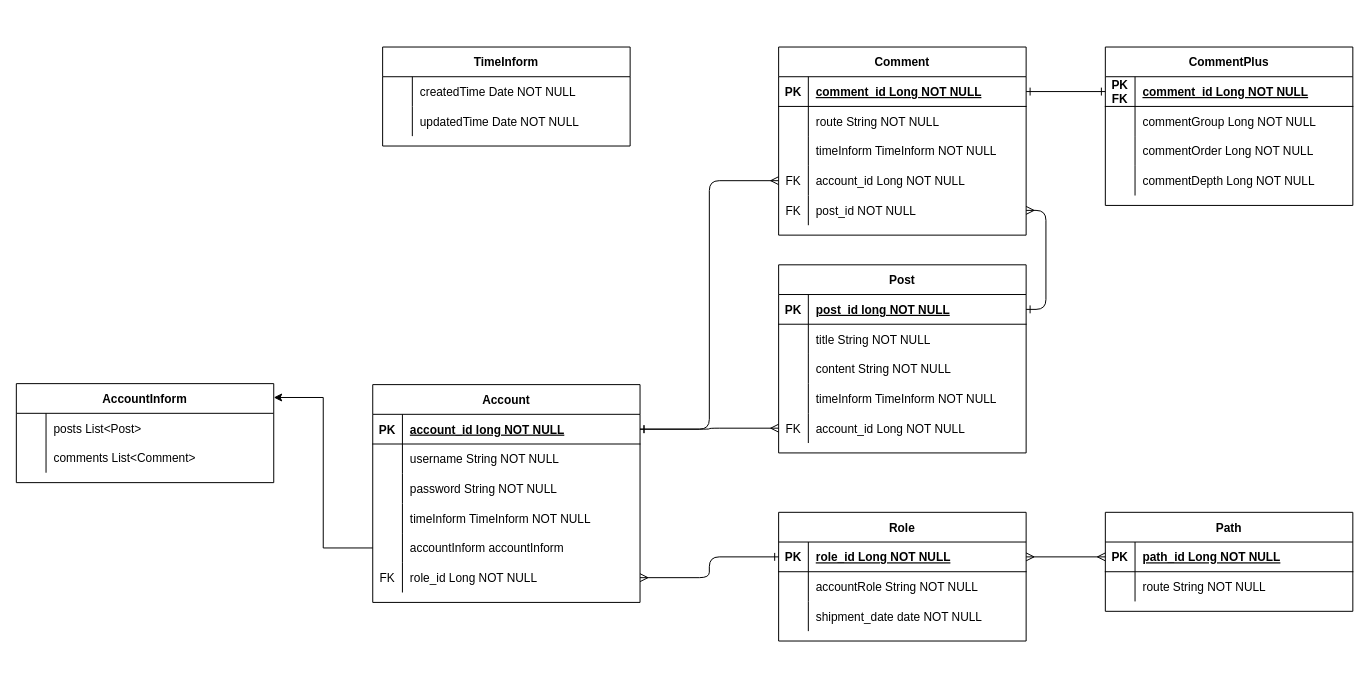
This is images/drawio/BoardAuthority.drawio from INGPlay/SpringBoardAuthority, a draw.io file, before an edit. Source tidied: cells renumbered, new cells numbered last; positions are measured from the earlier drawing's top-left corner, leaving out a move shared by most shapes. Both pictures are drawn from the tidied source at 99%, with x=0, y=0 at pixel (16, 47).
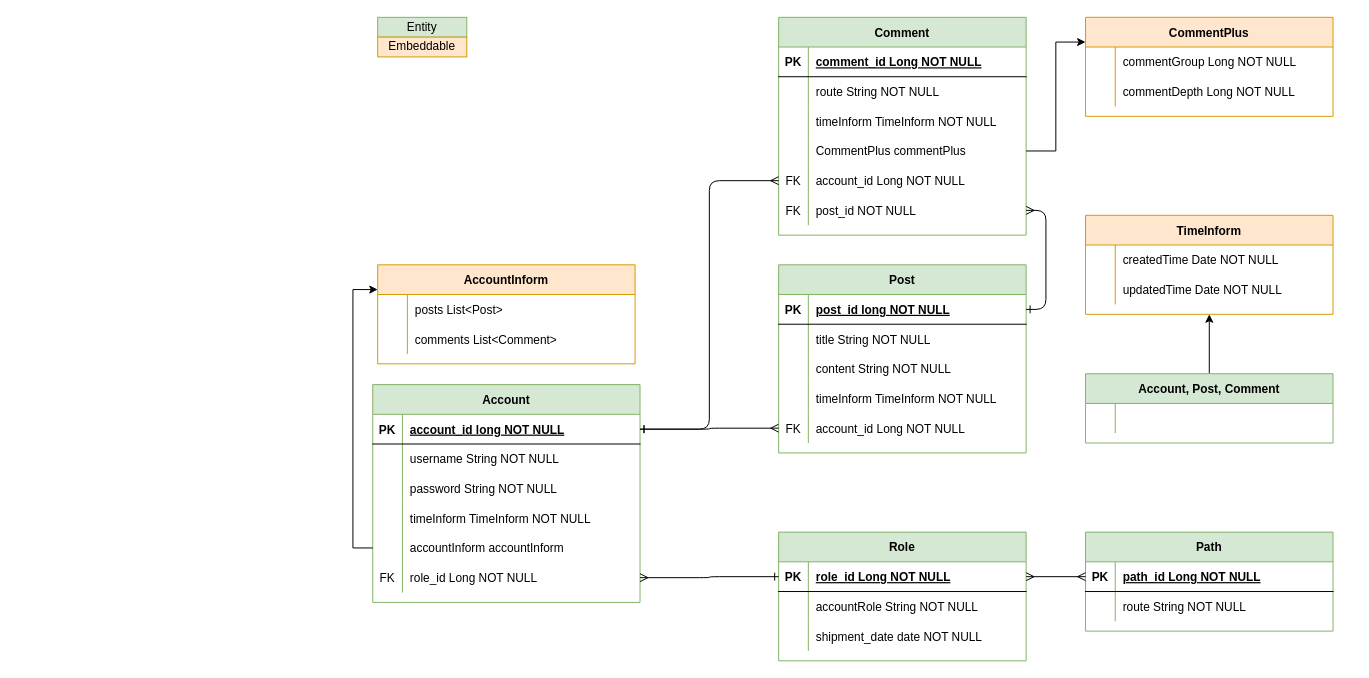
The same page after the edit.

Unchanged cells that the change refers to:
```xml
<mxCell id="32" style="shape=partialRectangle;fillColor=none;points=[[0,0.5],[1,0.5]];portConstraint=eastwest;top=0;left=0;right=0;bottom=0;" parent="19" vertex="1">
  <mxGeometry y="150" width="270" height="30" as="geometry" />
</mxCell>
<mxCell id="73" style="shape=partialRectangle;fillColor=none;points=[[0,0.5],[1,0.5]];portConstraint=eastwest;top=0;left=0;right=0;bottom=1;" parent="72" vertex="1">
  <mxGeometry y="30" width="250" height="30" as="geometry" />
</mxCell>
```

Change to the diagram source:
```diff
@@
-    <mxCell id="2" value="AccountInform" style="shape=table;startSize=30;childLayout=tableLayout;rowLines=0;fontStyle=1;align=center;" parent="1" vertex="1">
-      <mxGeometry y="340" width="260" height="100" as="geometry" />
+    <mxCell id="2" value="AccountInform" style="shape=table;startSize=30;childLayout=tableLayout;rowLines=0;fontStyle=1;align=center;fillColor=#ffe6cc;strokeColor=#d79b00;" parent="1" vertex="1">
+      <mxGeometry x="365" y="220" width="260" height="100" as="geometry" />
     </mxCell>
@@
-    <mxCell id="9" value="Role" style="shape=table;startSize=30;childLayout=tableLayout;rowLines=0;fontStyle=1;align=center;" parent="1" vertex="1">
-      <mxGeometry x="770" y="470" width="250" height="130" as="geometry" />
+    <mxCell id="9" value="Role" style="shape=table;startSize=30;childLayout=tableLayout;rowLines=0;fontStyle=1;align=center;fillColor=#d5e8d4;strokeColor=#82b366;" parent="1" vertex="1">
+      <mxGeometry x="770" y="490" width="250" height="130" as="geometry" />
     </mxCell>
@@
-    <mxCell id="19" value="Account" style="shape=table;startSize=30;childLayout=tableLayout;rowLines=0;fontStyle=1;align=center;" parent="1" vertex="1">
+    <mxCell id="19" value="Account" style="shape=table;startSize=30;childLayout=tableLayout;rowLines=0;fontStyle=1;align=center;fillColor=#d5e8d4;strokeColor=#82b366;" parent="1" vertex="1">
       <mxGeometry x="360" y="341" width="270" height="220" as="geometry" />
     </mxCell>
@@
-    <mxCell id="38" value="TimeInform" style="shape=table;startSize=30;childLayout=tableLayout;rowLines=0;fontStyle=1;align=center;" parent="1" vertex="1">
-      <mxGeometry x="370" width="250" height="100" as="geometry" />
+    <mxCell id="38" value="TimeInform" style="shape=table;startSize=30;childLayout=tableLayout;rowLines=0;fontStyle=1;align=center;fillColor=#ffe6cc;strokeColor=#d79b00;" parent="1" vertex="1">
+      <mxGeometry x="1080" y="170" width="250" height="100" as="geometry" />
     </mxCell>
@@
-    <mxCell id="45" style="edgeStyle=orthogonalEdgeStyle;rounded=0;jettySize=auto;html=1;exitX=0;exitY=0.5;exitDx=0;exitDy=0;entryX=1;entryY=0.14;entryDx=0;entryDy=0;entryPerimeter=0;" parent="1" edge="1" source="32" target="2">
+    <mxCell id="45" style="edgeStyle=orthogonalEdgeStyle;rounded=0;jettySize=auto;html=1;exitX=0;exitY=0.5;exitDx=0;exitDy=0;entryX=0;entryY=0.25;entryDx=0;entryDy=0;" parent="1" edge="1" source="32" target="2">
       <mxGeometry relative="1" as="geometry" />
     </mxCell>
@@
-    <mxCell id="47" value="Path" style="shape=table;startSize=30;childLayout=tableLayout;rowLines=0;fontStyle=1;align=center;" parent="1" vertex="1">
-      <mxGeometry x="1100" y="470" width="250" height="100" as="geometry" />
+    <mxCell id="47" value="Path" style="shape=table;startSize=30;childLayout=tableLayout;rowLines=0;fontStyle=1;align=center;fillColor=#d5e8d4;strokeColor=#82b366;" parent="1" vertex="1">
+      <mxGeometry x="1080" y="490" width="250" height="100" as="geometry" />
     </mxCell>
@@
-    <mxCell id="55" value="Post" style="shape=table;startSize=30;childLayout=tableLayout;rowLines=0;fontStyle=1;align=center;" parent="1" vertex="1">
+    <mxCell id="55" value="Post" style="shape=table;startSize=30;childLayout=tableLayout;rowLines=0;fontStyle=1;align=center;fillColor=#d5e8d4;strokeColor=#82b366;" parent="1" vertex="1">
       <mxGeometry x="770" y="220" width="250" height="190" as="geometry" />
     </mxCell>
@@
-    <mxCell id="72" value="Comment" style="shape=table;startSize=30;childLayout=tableLayout;rowLines=0;fontStyle=1;align=center;" parent="1" vertex="1">
-      <mxGeometry x="770" width="250" height="190" as="geometry" />
+    <mxCell id="72" value="Comment" style="shape=table;startSize=30;childLayout=tableLayout;rowLines=0;fontStyle=1;align=center;fillColor=#d5e8d4;strokeColor=#82b366;" parent="1" vertex="1">
+      <mxGeometry x="770" y="-30" width="250" height="220" as="geometry" />
     </mxCell>
@@
+    <mxCell id="104" style="shape=partialRectangle;fillColor=none;points=[[0,0.5],[1,0.5]];portConstraint=eastwest;top=0;left=0;right=0;bottom=0;" parent="72" vertex="1">
+      <mxGeometry y="120" width="250" height="30" as="geometry" />
+    </mxCell>
+    <mxCell id="105" style="shape=partialRectangle;overflow=hidden;fillColor=none;top=0;left=0;bottom=0;right=0;" parent="104" vertex="1">
+      <mxGeometry width="30" height="30" as="geometry" />
+    </mxCell>
+    <mxCell id="106" value="CommentPlus commentPlus" style="shape=partialRectangle;overflow=hidden;fillColor=none;top=0;left=0;bottom=0;right=0;align=left;spacingLeft=6;" parent="104" vertex="1">
+      <mxGeometry x="30" width="220" height="30" as="geometry" />
+    </mxCell>
     <mxCell id="82" style="shape=partialRectangle;fillColor=none;points=[[0,0.5],[1,0.5]];portConstraint=eastwest;top=0;left=0;right=0;bottom=0;" parent="72" vertex="1">
-      <mxGeometry y="120" width="250" height="30" as="geometry" />
+      <mxGeometry y="150" width="250" height="30" as="geometry" />
     </mxCell>
@@
     <mxCell id="85" style="shape=partialRectangle;fillColor=none;points=[[0,0.5],[1,0.5]];portConstraint=eastwest;top=0;left=0;right=0;bottom=0;" parent="72" vertex="1">
-      <mxGeometry y="150" width="250" height="30" as="geometry" />
+      <mxGeometry y="180" width="250" height="30" as="geometry" />
     </mxCell>
@@
-    <mxCell id="90" value="CommentPlus" style="shape=table;startSize=30;childLayout=tableLayout;rowLines=0;fontStyle=1;align=center;" parent="1" vertex="1">
-      <mxGeometry x="1100" width="250" height="160" as="geometry" />
+    <mxCell id="90" value="CommentPlus" style="shape=table;startSize=30;childLayout=tableLayout;rowLines=0;fontStyle=1;align=center;fillColor=#ffe6cc;strokeColor=#d79b00;" parent="1" vertex="1">
+      <mxGeometry x="1080" y="-30" width="250" height="100" as="geometry" />
     </mxCell>
-    <mxCell id="91" style="shape=partialRectangle;fillColor=none;points=[[0,0.5],[1,0.5]];portConstraint=eastwest;top=0;left=0;right=0;bottom=1;" parent="90" vertex="1">
-      <mxGeometry y="30" width="250" height="30" as="geometry" />
-    </mxCell>
-    <mxCell id="92" value="PK&#10;FK" style="shape=partialRectangle;overflow=hidden;fillColor=none;top=0;left=0;bottom=0;right=0;fontStyle=1;" parent="91" vertex="1">
-      <mxGeometry width="30" height="30" as="geometry" />
-    </mxCell>
-    <mxCell id="93" value="comment_id Long NOT NULL " style="shape=partialRectangle;overflow=hidden;fillColor=none;top=0;left=0;bottom=0;right=0;align=left;spacingLeft=6;fontStyle=5;" parent="91" vertex="1">
-      <mxGeometry x="30" width="220" height="30" as="geometry" />
-    </mxCell>
     <mxCell id="94" style="shape=partialRectangle;fillColor=none;top=0;left=0;right=0;bottom=0;" parent="90" vertex="1">
-      <mxGeometry y="60" width="250" height="30" as="geometry" />
+      <mxGeometry y="30" width="250" height="30" as="geometry" />
     </mxCell>
@@
-    <mxCell id="97" style="shape=partialRectangle;fillColor=none;top=0;left=0;right=0;bottom=0;" parent="90" vertex="1">
-      <mxGeometry y="90" width="250" height="30" as="geometry" />
-    </mxCell>
-    <mxCell id="98" style="shape=partialRectangle;overflow=hidden;fillColor=none;top=0;left=0;bottom=0;right=0;" parent="97" vertex="1">
-      <mxGeometry width="30" height="30" as="geometry" />
-    </mxCell>
-    <mxCell id="99" value="commentOrder Long NOT NULL" style="shape=partialRectangle;overflow=hidden;fillColor=none;top=0;left=0;bottom=0;right=0;align=left;spacingLeft=6;" parent="97" vertex="1">
-      <mxGeometry x="30" width="220" height="30" as="geometry" />
-    </mxCell>
     <mxCell id="100" style="shape=partialRectangle;fillColor=none;top=0;left=0;right=0;bottom=0;" parent="90" vertex="1">
-      <mxGeometry y="120" width="250" height="30" as="geometry" />
+      <mxGeometry y="60" width="250" height="30" as="geometry" />
     </mxCell>
@@
-    <mxCell id="103" style="edgeStyle=orthogonalEdgeStyle;rounded=1;jettySize=auto;html=1;exitX=1;exitY=0.5;exitDx=0;exitDy=0;entryX=0;entryY=0.5;entryDx=0;entryDy=0;endArrow=ERone;endFill=0;startArrow=ERone;startFill=0;" parent="1" edge="1" source="73" target="91">
-      <mxGeometry relative="1" as="geometry" />
-    </mxCell>
+    <mxCell id="107" style="edgeStyle=orthogonalEdgeStyle;rounded=0;jettySize=auto;html=1;exitX=1;exitY=0.5;exitDx=0;exitDy=0;entryX=0;entryY=0.25;entryDx=0;entryDy=0;" parent="1" edge="1" source="104" target="90">
+      <mxGeometry relative="1" as="geometry" />
+    </mxCell>
+    <mxCell id="108" style="edgeStyle=orthogonalEdgeStyle;rounded=0;jettySize=auto;html=1;entryX=0.5;entryY=1;entryDx=0;entryDy=0;" parent="1" edge="1" source="109" target="38">
+      <mxGeometry relative="1" as="geometry" />
+    </mxCell>
+    <mxCell id="109" value="Account, Post, Comment" style="shape=table;startSize=30;childLayout=tableLayout;rowLines=0;fontStyle=1;align=center;fillColor=#d5e8d4;strokeColor=#82b366;" parent="1" vertex="1">
+      <mxGeometry x="1080" y="330" width="250" height="70" as="geometry" />
+    </mxCell>
+    <mxCell id="110" style="shape=partialRectangle;fillColor=none;top=0;left=0;right=0;bottom=0;" parent="109" vertex="1">
+      <mxGeometry y="30" width="250" height="30" as="geometry" />
+    </mxCell>
+    <mxCell id="111" style="shape=partialRectangle;overflow=hidden;fillColor=none;top=0;left=0;bottom=0;right=0;" parent="110" vertex="1">
+      <mxGeometry width="30" height="30" as="geometry" />
+    </mxCell>
+    <mxCell id="112" style="shape=partialRectangle;overflow=hidden;fillColor=none;top=0;left=0;bottom=0;right=0;align=left;spacingLeft=6;" parent="110" vertex="1">
+      <mxGeometry x="30" width="220" height="30" as="geometry" />
+    </mxCell>
+    <mxCell id="113" value="Entity" style="rounded=0;whiteSpace=wrap;html=1;fillColor=#d5e8d4;strokeColor=#82b366;" parent="1" vertex="1">
+      <mxGeometry x="365" y="-30" width="90" height="20" as="geometry" />
+    </mxCell>
+    <mxCell id="114" value="Embeddable" style="rounded=0;whiteSpace=wrap;html=1;fillColor=#ffe6cc;strokeColor=#d79b00;" parent="1" vertex="1">
+      <mxGeometry x="365" y="-10" width="90" height="20" as="geometry" />
+    </mxCell>
```
